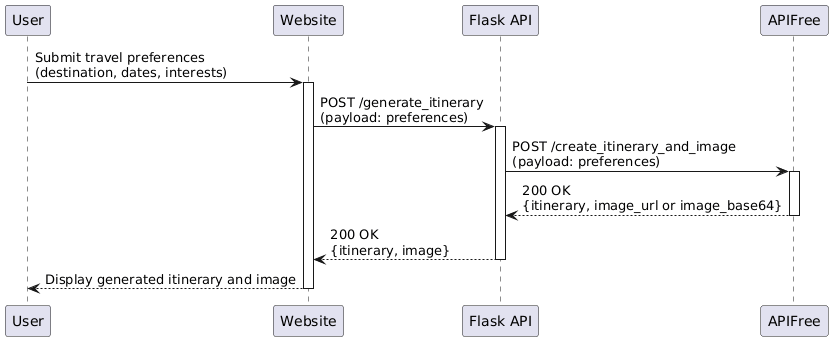
Earlier version of the PlantUML export Task2/uml/sequence_diagram.png (EasonYang0618/travel-planner-generator).
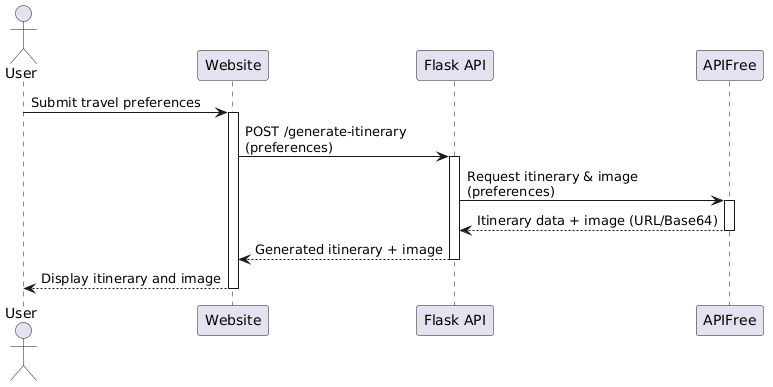
The same diagram one commit later.

What changed in the source:
```diff
@@ -1,24 +1,24 @@
 @startuml
-participant User
+actor User
 participant Website
-participant "Flask API" as API
-participant "APIFree" as APIFree
+participant "Flask API" as FlaskAPI
+participant APIFree
 
-User -> Website: Submit travel preferences\n(destination, dates, interests)
+User -> Website: Submit travel preferences
 activate Website
 
-Website -> API: POST /generate_itinerary\n(payload: preferences)
-activate API
+Website -> FlaskAPI: POST /generate-itinerary\n(preferences)
+activate FlaskAPI
 
-API -> APIFree: POST /create_itinerary_and_image\n(payload: preferences)
+FlaskAPI -> APIFree: Request itinerary & image\n(preferences)
 activate APIFree
 
-APIFree --> API: 200 OK\n{itinerary, image_url or image_base64}
+APIFree --> FlaskAPI: Itinerary data + image (URL/Base64)
 deactivate APIFree
 
-API --> Website: 200 OK\n{itinerary, image}
-deactivate API
+FlaskAPI --> Website: Generated itinerary + image
+deactivate FlaskAPI
 
-Website --> User: Display generated itinerary and image
+Website --> User: Display itinerary and image
 deactivate Website
 @enduml
```
